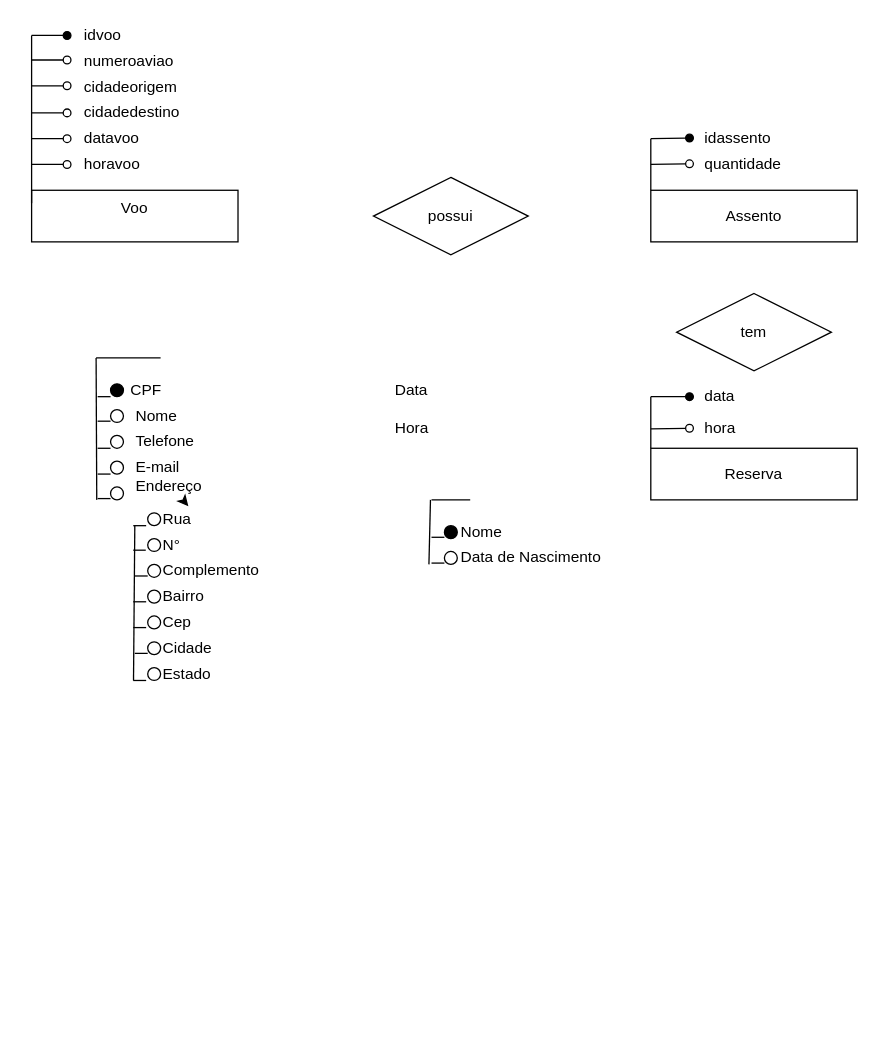
Earlier version of the draw.io diagram Diagrama b.relacional  trabalhofacul.drawio (ellenazevedochiosi/ellenazevedochiosi). Source tidied: cells renumbered, new cells numbered last; positions are measured from the earlier drawing's top-left corner, leaving out a move shared by most shapes. Both pictures are drawn from the tidied source at 129%, with x=0, y=0 at pixel (31, 22).
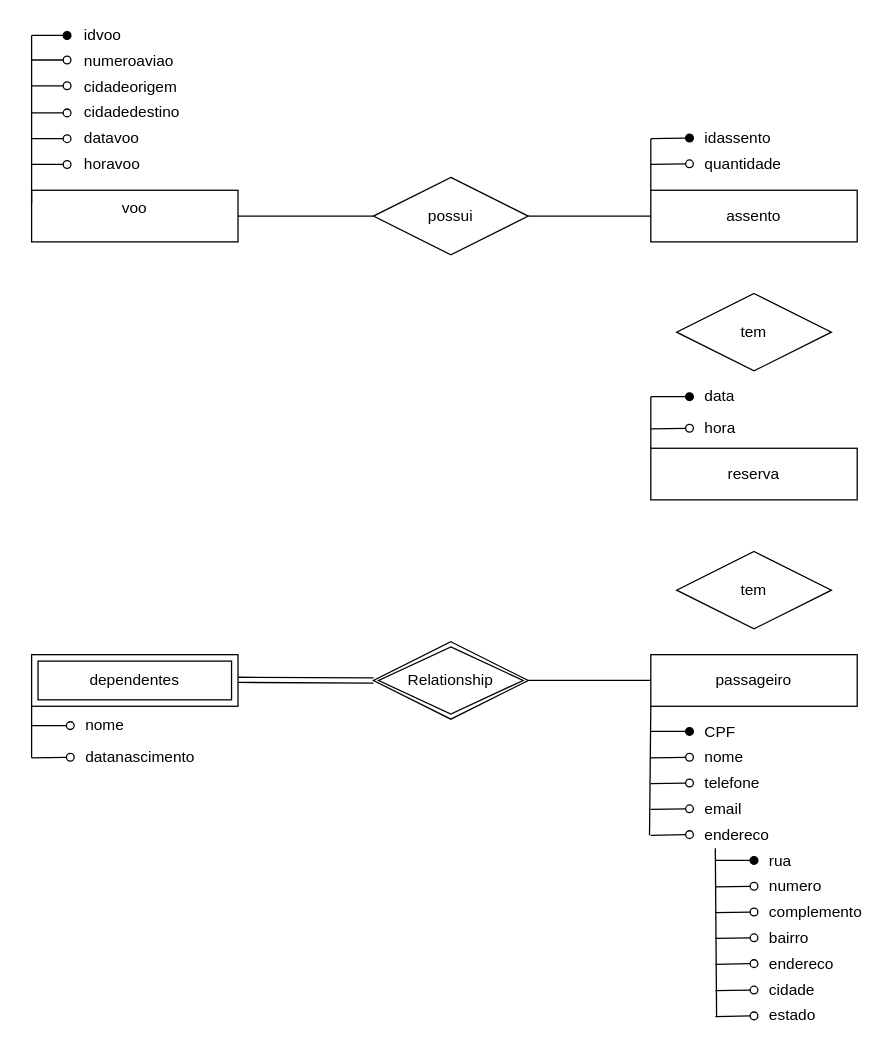
The same diagram, later.

What changed in the source:
```diff
@@
-    <mxCell id="2" value="Voo" style="rounded=0;whiteSpace=wrap;html=1;verticalAlign=top;" parent="1" vertex="1">
+    <mxCell id="2" value="voo" style="rounded=0;whiteSpace=wrap;html=1;verticalAlign=top;" parent="1" vertex="1">
       <mxGeometry y="130" width="160" height="40" as="geometry" />
     </mxCell>
-    <mxCell id="3" value="Assento" style="rounded=0;whiteSpace=wrap;html=1;" parent="1" vertex="1">
+    <mxCell id="3" value="assento" style="rounded=0;whiteSpace=wrap;html=1;" parent="1" vertex="1">
       <mxGeometry x="480" y="130" width="160" height="40" as="geometry" />
     </mxCell>
-    <mxCell id="4" value="CPF" style="text;html=1;strokeColor=none;fillColor=none;align=left;verticalAlign=middle;whiteSpace=wrap;rounded=0;" parent="1" vertex="1">
-      <mxGeometry x="75" y="270" width="80" height="30" as="geometry" />
-    </mxCell>
@@
-    <mxCell id="6" style="ellipse;whiteSpace=wrap;html=1;fillColor=#000000;" parent="1" vertex="1">
-      <mxGeometry x="61.2" y="280" width="10" height="10" as="geometry" />
-    </mxCell>
-    <mxCell id="7" style="ellipse;whiteSpace=wrap;html=1;" parent="1" vertex="1">
-      <mxGeometry x="61.2" y="300" width="10" height="10" as="geometry" />
-    </mxCell>
-    <mxCell id="8" style="ellipse;whiteSpace=wrap;html=1;" parent="1" vertex="1">
-      <mxGeometry x="61.2" y="320" width="10" height="10" as="geometry" />
-    </mxCell>
-    <mxCell id="9" style="ellipse;whiteSpace=wrap;html=1;" parent="1" vertex="1">
-      <mxGeometry x="61.2" y="340" width="10" height="10" as="geometry" />
-    </mxCell>
-    <mxCell id="10" value="Nome" style="text;html=1;strokeColor=none;fillColor=none;align=left;verticalAlign=middle;whiteSpace=wrap;rounded=0;" parent="1" vertex="1">
-      <mxGeometry x="78.8" y="290" width="60" height="30" as="geometry" />
-    </mxCell>
-    <mxCell id="11" value="E-mail" style="text;html=1;strokeColor=none;fillColor=none;align=left;verticalAlign=middle;whiteSpace=wrap;rounded=0;" parent="1" vertex="1">
-      <mxGeometry x="78.8" y="330" width="60" height="30" as="geometry" />
-    </mxCell>
-    <mxCell id="12" value="Telefone" style="text;html=1;strokeColor=none;fillColor=none;align=left;verticalAlign=middle;whiteSpace=wrap;rounded=0;" parent="1" vertex="1">
-      <mxGeometry x="78.8" y="310" width="60" height="30" as="geometry" />
-    </mxCell>
-    <mxCell id="13" style="ellipse;whiteSpace=wrap;html=1;" parent="1" vertex="1">
-      <mxGeometry x="61.2" y="360" width="10" height="10" as="geometry" />
-    </mxCell>
-    <mxCell id="14" style="ellipse;whiteSpace=wrap;html=1;" parent="1" vertex="1">
-      <mxGeometry x="90" y="380" width="10" height="10" as="geometry" />
-    </mxCell>
-    <mxCell id="15" value="Endereço" style="text;html=1;strokeColor=none;fillColor=none;align=left;verticalAlign=middle;whiteSpace=wrap;rounded=0;" parent="1" vertex="1">
-      <mxGeometry x="78.8" y="345" width="60" height="30" as="geometry" />
-    </mxCell>
-    <mxCell id="16" style="edgeStyle=none;rounded=0;jettySize=auto;html=1;" parent="1" edge="1" source="17" target="15">
-      <mxGeometry relative="1" as="geometry" />
-    </mxCell>
-    <mxCell id="17" value="Rua" style="text;html=1;strokeColor=none;fillColor=none;align=left;verticalAlign=middle;whiteSpace=wrap;rounded=0;" parent="1" vertex="1">
-      <mxGeometry x="100" y="370" width="60" height="30" as="geometry" />
-    </mxCell>
-    <mxCell id="18" value="N°" style="text;html=1;strokeColor=none;fillColor=none;align=left;verticalAlign=middle;whiteSpace=wrap;rounded=0;" parent="1" vertex="1">
-      <mxGeometry x="100" y="390" width="60" height="30" as="geometry" />
-    </mxCell>
-    <mxCell id="19" value="Complemento" style="text;html=1;strokeColor=none;fillColor=none;align=left;verticalAlign=middle;whiteSpace=wrap;rounded=0;" parent="1" vertex="1">
-      <mxGeometry x="100" y="410" width="60" height="30" as="geometry" />
-    </mxCell>
-    <mxCell id="20" value="Bairro" style="text;html=1;strokeColor=none;fillColor=none;align=left;verticalAlign=middle;whiteSpace=wrap;rounded=0;" parent="1" vertex="1">
-      <mxGeometry x="100" y="430" width="60" height="30" as="geometry" />
-    </mxCell>
-    <mxCell id="21" style="ellipse;whiteSpace=wrap;html=1;" parent="1" vertex="1">
-      <mxGeometry x="90" y="400" width="10" height="10" as="geometry" />
-    </mxCell>
-    <mxCell id="22" style="ellipse;whiteSpace=wrap;html=1;" parent="1" vertex="1">
-      <mxGeometry x="90" y="420" width="10" height="10" as="geometry" />
-    </mxCell>
-    <mxCell id="23" style="ellipse;whiteSpace=wrap;html=1;" parent="1" vertex="1">
-      <mxGeometry x="90" y="440" width="10" height="10" as="geometry" />
-    </mxCell>
-    <mxCell id="24" value="Cep" style="text;html=1;strokeColor=none;fillColor=none;align=left;verticalAlign=middle;whiteSpace=wrap;rounded=0;" parent="1" vertex="1">
-      <mxGeometry x="100" y="450" width="60" height="30" as="geometry" />
-    </mxCell>
-    <mxCell id="25" value="Cidade" style="text;html=1;strokeColor=none;fillColor=none;align=left;verticalAlign=middle;whiteSpace=wrap;rounded=0;" parent="1" vertex="1">
-      <mxGeometry x="100" y="470" width="60" height="30" as="geometry" />
-    </mxCell>
-    <mxCell id="26" value="Estado" style="text;html=1;strokeColor=none;fillColor=none;align=left;verticalAlign=middle;whiteSpace=wrap;rounded=0;" parent="1" vertex="1">
-      <mxGeometry x="100" y="490" width="60" height="30" as="geometry" />
-    </mxCell>
-    <mxCell id="27" style="ellipse;whiteSpace=wrap;html=1;" parent="1" vertex="1">
-      <mxGeometry x="90" y="460" width="10" height="10" as="geometry" />
-    </mxCell>
-    <mxCell id="28" style="ellipse;whiteSpace=wrap;html=1;" parent="1" vertex="1">
-      <mxGeometry x="90" y="480" width="10" height="10" as="geometry" />
-    </mxCell>
-    <mxCell id="29" style="ellipse;whiteSpace=wrap;html=1;" parent="1" vertex="1">
-      <mxGeometry x="90" y="500" width="10" height="10" as="geometry" />
-    </mxCell>
-    <mxCell id="30" style="ellipse;whiteSpace=wrap;html=1;fillColor=#000000;" parent="1" vertex="1">
-      <mxGeometry x="320" y="390" width="10" height="10" as="geometry" />
-    </mxCell>
-    <mxCell id="31" style="ellipse;whiteSpace=wrap;html=1;" parent="1" vertex="1">
-      <mxGeometry x="320" y="410" width="10" height="10" as="geometry" />
-    </mxCell>
-    <mxCell id="32" value="Data de Nascimento" style="text;html=1;strokeColor=none;fillColor=none;align=left;verticalAlign=middle;whiteSpace=wrap;rounded=0;" parent="1" vertex="1">
-      <mxGeometry x="331.2" y="400" width="120" height="30" as="geometry" />
-    </mxCell>
-    <mxCell id="33" value="Nome" style="text;html=1;strokeColor=none;fillColor=none;align=left;verticalAlign=middle;whiteSpace=wrap;rounded=0;" parent="1" vertex="1">
-      <mxGeometry x="331.2" y="380" width="60" height="30" as="geometry" />
-    </mxCell>
-    <mxCell id="34" value="Hora" style="text;html=1;strokeColor=none;fillColor=none;align=left;verticalAlign=middle;whiteSpace=wrap;rounded=0;" parent="1" vertex="1">
-      <mxGeometry x="280" y="300" width="120" height="30" as="geometry" />
-    </mxCell>
-    <mxCell id="35" value="Data" style="text;html=1;align=left;verticalAlign=middle;strokeColor=none;fillColor=none;" parent="1" vertex="1">
-      <mxGeometry x="280" y="270" width="50" height="30" as="geometry" />
-    </mxCell>
@@
-    <mxCell id="37" style="endArrow=none;html=1;rounded=0;" parent="1" edge="1">
+    <mxCell id="37" style="endArrow=none;html=1;rounded=0;exitX=0;exitY=1;exitDx=0;exitDy=0;" parent="1" edge="1">
       <mxGeometry relative="1" as="geometry">
-        <mxPoint x="309.2" y="370" as="sourcePoint" />
-        <mxPoint x="308" y="420" as="targetPoint" />
+        <mxPoint y="530" as="sourcePoint" />
+        <mxPoint y="570" as="targetPoint" />
       </mxGeometry>
     </mxCell>
-    <mxCell id="38" style="endArrow=none;html=1;rounded=0;" parent="1" edge="1">
-      <mxGeometry relative="1" as="geometry">
-        <mxPoint x="78.8" y="510" as="sourcePoint" />
-        <mxPoint x="88.8" y="510" as="targetPoint" />
-      </mxGeometry>
-    </mxCell>
-    <mxCell id="39" style="endArrow=none;html=1;rounded=0;" parent="1" edge="1">
-      <mxGeometry relative="1" as="geometry">
-        <mxPoint x="51.2" y="290" as="sourcePoint" />
-        <mxPoint x="61.2" y="290" as="targetPoint" />
-      </mxGeometry>
-    </mxCell>
-    <mxCell id="40" style="endArrow=none;html=1;rounded=0;" parent="1" edge="1">
-      <mxGeometry relative="1" as="geometry">
-        <mxPoint x="310" y="419" as="sourcePoint" />
-        <mxPoint x="320" y="419" as="targetPoint" />
-      </mxGeometry>
-    </mxCell>
-    <mxCell id="41" style="endArrow=none;html=1;rounded=0;" parent="1" edge="1">
-      <mxGeometry relative="1" as="geometry">
-        <mxPoint x="310" y="399" as="sourcePoint" />
-        <mxPoint x="320" y="399" as="targetPoint" />
-      </mxGeometry>
-    </mxCell>
-    <mxCell id="42" style="endArrow=none;html=1;rounded=0;" parent="1" edge="1">
-      <mxGeometry relative="1" as="geometry">
-        <mxPoint x="80" y="489" as="sourcePoint" />
-        <mxPoint x="90" y="489" as="targetPoint" />
-      </mxGeometry>
-    </mxCell>
-    <mxCell id="43" style="endArrow=none;html=1;rounded=0;" parent="1" edge="1">
-      <mxGeometry relative="1" as="geometry">
-        <mxPoint x="78.8" y="469" as="sourcePoint" />
-        <mxPoint x="88.8" y="469" as="targetPoint" />
-      </mxGeometry>
-    </mxCell>
-    <mxCell id="44" style="endArrow=none;html=1;rounded=0;" parent="1" edge="1">
-      <mxGeometry relative="1" as="geometry">
-        <mxPoint x="51.2" y="350" as="sourcePoint" />
-        <mxPoint x="61.2" y="350" as="targetPoint" />
-      </mxGeometry>
-    </mxCell>
-    <mxCell id="45" style="endArrow=none;html=1;rounded=0;" parent="1" edge="1">
-      <mxGeometry relative="1" as="geometry">
-        <mxPoint x="51.2" y="369" as="sourcePoint" />
-        <mxPoint x="61.2" y="369" as="targetPoint" />
-      </mxGeometry>
-    </mxCell>
-    <mxCell id="46" style="endArrow=none;html=1;rounded=0;" parent="1" edge="1">
-      <mxGeometry relative="1" as="geometry">
-        <mxPoint x="51.2" y="330" as="sourcePoint" />
-        <mxPoint x="61.2" y="330" as="targetPoint" />
-      </mxGeometry>
-    </mxCell>
-    <mxCell id="47" style="endArrow=none;html=1;rounded=0;" parent="1" edge="1">
-      <mxGeometry relative="1" as="geometry">
-        <mxPoint x="51.2" y="309" as="sourcePoint" />
-        <mxPoint x="61.2" y="309" as="targetPoint" />
-      </mxGeometry>
-    </mxCell>
-    <mxCell id="48" style="endArrow=none;html=1;rounded=0;" parent="1" edge="1">
-      <mxGeometry relative="1" as="geometry">
-        <mxPoint x="78.8" y="449" as="sourcePoint" />
-        <mxPoint x="88.8" y="449" as="targetPoint" />
-      </mxGeometry>
-    </mxCell>
-    <mxCell id="49" style="endArrow=none;html=1;rounded=0;" parent="1" edge="1">
-      <mxGeometry relative="1" as="geometry">
-        <mxPoint x="80" y="429" as="sourcePoint" />
-        <mxPoint x="90" y="429" as="targetPoint" />
-      </mxGeometry>
-    </mxCell>
-    <mxCell id="50" style="endArrow=none;html=1;rounded=0;" parent="1" edge="1">
-      <mxGeometry relative="1" as="geometry">
-        <mxPoint x="78.8" y="409" as="sourcePoint" />
-        <mxPoint x="88.5" y="409" as="targetPoint" />
-      </mxGeometry>
-    </mxCell>
-    <mxCell id="51" style="endArrow=none;html=1;rounded=0;" parent="1" edge="1">
-      <mxGeometry relative="1" as="geometry">
-        <mxPoint x="78.8" y="390" as="sourcePoint" />
-        <mxPoint x="88.8" y="390" as="targetPoint" />
-      </mxGeometry>
-    </mxCell>
     <mxCell id="52" style="endArrow=none;html=1;rounded=0;" parent="1" edge="1">
       <mxGeometry relative="1" as="geometry">
-        <mxPoint x="50" y="260" as="sourcePoint" />
-        <mxPoint x="50.5" y="370" as="targetPoint" />
+        <mxPoint x="530" y="640" as="sourcePoint" />
+        <mxPoint x="531" y="770" as="targetPoint" />
       </mxGeometry>
     </mxCell>
-    <mxCell id="53" style="endArrow=none;html=1;rounded=0;" parent="1" edge="1">
-      <mxGeometry relative="1" as="geometry">
-        <mxPoint x="50" y="260" as="sourcePoint" />
-        <mxPoint x="100" y="260" as="targetPoint" />
-        <Array as="points">
-          <mxPoint x="60" y="260" />
-        </Array>
-      </mxGeometry>
-    </mxCell>
@@
-    <mxCell id="55" style="endArrow=none;html=1;rounded=0;" parent="1" edge="1">
-      <mxGeometry relative="1" as="geometry">
-        <mxPoint x="340" y="370" as="sourcePoint" />
-        <mxPoint x="310" y="370" as="targetPoint" />
-      </mxGeometry>
-    </mxCell>
@@
     <mxCell id="57" style="endArrow=none;html=1;rounded=0;" parent="1" edge="1">
       <mxGeometry relative="1" as="geometry">
-        <mxPoint x="80" y="390" as="sourcePoint" />
-        <mxPoint x="79" y="510" as="targetPoint" />
+        <mxPoint x="480" y="530" as="sourcePoint" />
+        <mxPoint x="479" y="630" as="targetPoint" />
       </mxGeometry>
     </mxCell>
@@
-    <mxCell id="74" value="Reserva" style="rounded=0;whiteSpace=wrap;html=1;" parent="1" vertex="1">
+    <mxCell id="74" value="reserva" style="rounded=0;whiteSpace=wrap;html=1;" parent="1" vertex="1">
       <mxGeometry x="480" y="330" width="160" height="40" as="geometry" />
     </mxCell>
@@
+    <mxCell id="80" value="tem" style="shape=rhombus;perimeter=rhombusPerimeter;whiteSpace=wrap;html=1;align=center;" parent="1" vertex="1">
+      <mxGeometry x="500" y="410" width="120" height="60" as="geometry" />
+    </mxCell>
+    <mxCell id="81" value="passageiro" style="rounded=0;whiteSpace=wrap;html=1;" parent="1" vertex="1">
+      <mxGeometry x="480" y="490" width="160" height="40" as="geometry" />
+    </mxCell>
+    <mxCell id="4" value="CPF" style="text;html=1;strokeColor=none;fillColor=none;align=left;verticalAlign=middle;whiteSpace=wrap;rounded=0;" parent="1" vertex="1">
+      <mxGeometry x="520" y="540" width="40" height="20" as="geometry" />
+    </mxCell>
+    <mxCell id="82" value="nome" style="text;html=1;strokeColor=none;fillColor=none;align=left;verticalAlign=middle;whiteSpace=wrap;rounded=0;" parent="1" vertex="1">
+      <mxGeometry x="520" y="560" width="40" height="20" as="geometry" />
+    </mxCell>
+    <mxCell id="83" value="telefone" style="text;html=1;strokeColor=none;fillColor=none;align=left;verticalAlign=middle;whiteSpace=wrap;rounded=0;" parent="1" vertex="1">
+      <mxGeometry x="520" y="580" width="40" height="20" as="geometry" />
+    </mxCell>
+    <mxCell id="84" value="email" style="text;html=1;strokeColor=none;fillColor=none;align=left;verticalAlign=middle;whiteSpace=wrap;rounded=0;" parent="1" vertex="1">
+      <mxGeometry x="520" y="600" width="40" height="20" as="geometry" />
+    </mxCell>
+    <mxCell id="85" value="endereco" style="text;html=1;strokeColor=none;fillColor=none;align=left;verticalAlign=middle;whiteSpace=wrap;rounded=0;" parent="1" vertex="1">
+      <mxGeometry x="520" y="620" width="40" height="20" as="geometry" />
+    </mxCell>
+    <mxCell id="86" style="endArrow=oval;html=1;rounded=0;endFill=1;" parent="1" edge="1">
+      <mxGeometry relative="1" as="geometry">
+        <mxPoint x="480" y="549.5" as="sourcePoint" />
+        <mxPoint x="510" y="549.5" as="targetPoint" />
+      </mxGeometry>
+    </mxCell>
+    <mxCell id="87" style="endArrow=oval;html=1;rounded=0;endFill=0;" parent="1" edge="1">
+      <mxGeometry relative="1" as="geometry">
+        <mxPoint x="480" y="570" as="sourcePoint" />
+        <mxPoint x="510" y="569.5" as="targetPoint" />
+      </mxGeometry>
+    </mxCell>
+    <mxCell id="88" style="endArrow=oval;html=1;rounded=0;endFill=0;" parent="1" edge="1">
+      <mxGeometry relative="1" as="geometry">
+        <mxPoint x="480" y="590" as="sourcePoint" />
+        <mxPoint x="510" y="589.5" as="targetPoint" />
+      </mxGeometry>
+    </mxCell>
+    <mxCell id="89" style="endArrow=oval;html=1;rounded=0;endFill=0;" parent="1" edge="1">
+      <mxGeometry relative="1" as="geometry">
+        <mxPoint x="480" y="610" as="sourcePoint" />
+        <mxPoint x="510" y="609.5" as="targetPoint" />
+      </mxGeometry>
+    </mxCell>
+    <mxCell id="90" style="endArrow=oval;html=1;rounded=0;endFill=0;" parent="1" edge="1">
+      <mxGeometry relative="1" as="geometry">
+        <mxPoint x="480" y="630" as="sourcePoint" />
+        <mxPoint x="510" y="629.5" as="targetPoint" />
+      </mxGeometry>
+    </mxCell>
+    <mxCell id="91" value="rua" style="text;html=1;strokeColor=none;fillColor=none;align=left;verticalAlign=middle;whiteSpace=wrap;rounded=0;" parent="1" vertex="1">
+      <mxGeometry x="570" y="640" width="40" height="20" as="geometry" />
+    </mxCell>
+    <mxCell id="92" value="numero" style="text;html=1;strokeColor=none;fillColor=none;align=left;verticalAlign=middle;whiteSpace=wrap;rounded=0;" parent="1" vertex="1">
+      <mxGeometry x="570" y="660" width="40" height="20" as="geometry" />
+    </mxCell>
+    <mxCell id="93" value="complemento" style="text;html=1;strokeColor=none;fillColor=none;align=left;verticalAlign=middle;whiteSpace=wrap;rounded=0;" parent="1" vertex="1">
+      <mxGeometry x="570" y="680" width="40" height="20" as="geometry" />
+    </mxCell>
+    <mxCell id="94" value="bairro" style="text;html=1;strokeColor=none;fillColor=none;align=left;verticalAlign=middle;whiteSpace=wrap;rounded=0;" parent="1" vertex="1">
+      <mxGeometry x="570" y="700" width="40" height="20" as="geometry" />
+    </mxCell>
+    <mxCell id="95" value="endereco" style="text;html=1;strokeColor=none;fillColor=none;align=left;verticalAlign=middle;whiteSpace=wrap;rounded=0;" parent="1" vertex="1">
+      <mxGeometry x="570" y="720" width="40" height="20" as="geometry" />
+    </mxCell>
+    <mxCell id="96" style="endArrow=oval;html=1;rounded=0;endFill=1;" parent="1" edge="1">
+      <mxGeometry relative="1" as="geometry">
+        <mxPoint x="530" y="649.5" as="sourcePoint" />
+        <mxPoint x="560" y="649.5" as="targetPoint" />
+      </mxGeometry>
+    </mxCell>
+    <mxCell id="97" style="endArrow=oval;html=1;rounded=0;endFill=0;" parent="1" edge="1">
+      <mxGeometry relative="1" as="geometry">
+        <mxPoint x="530" y="670" as="sourcePoint" />
+        <mxPoint x="560" y="669.5" as="targetPoint" />
+      </mxGeometry>
+    </mxCell>
+    <mxCell id="98" style="endArrow=oval;html=1;rounded=0;endFill=0;" parent="1" edge="1">
+      <mxGeometry relative="1" as="geometry">
+        <mxPoint x="530" y="690" as="sourcePoint" />
+        <mxPoint x="560" y="689.5" as="targetPoint" />
+      </mxGeometry>
+    </mxCell>
+    <mxCell id="99" style="endArrow=oval;html=1;rounded=0;endFill=0;" parent="1" edge="1">
+      <mxGeometry relative="1" as="geometry">
+        <mxPoint x="530" y="710" as="sourcePoint" />
+        <mxPoint x="560" y="709.5" as="targetPoint" />
+      </mxGeometry>
+    </mxCell>
+    <mxCell id="100" style="endArrow=oval;html=1;rounded=0;endFill=0;" parent="1" edge="1">
+      <mxGeometry relative="1" as="geometry">
+        <mxPoint x="530" y="730" as="sourcePoint" />
+        <mxPoint x="560" y="729.5" as="targetPoint" />
+      </mxGeometry>
+    </mxCell>
+    <mxCell id="101" style="endArrow=oval;html=1;rounded=0;endFill=0;" parent="1" edge="1">
+      <mxGeometry relative="1" as="geometry">
+        <mxPoint x="530" y="750.5" as="sourcePoint" />
+        <mxPoint x="560" y="750" as="targetPoint" />
+      </mxGeometry>
+    </mxCell>
+    <mxCell id="102" style="endArrow=oval;html=1;rounded=0;endFill=0;" parent="1" edge="1">
+      <mxGeometry relative="1" as="geometry">
+        <mxPoint x="530" y="770.5" as="sourcePoint" />
+        <mxPoint x="560" y="770" as="targetPoint" />
+      </mxGeometry>
+    </mxCell>
+    <mxCell id="103" value="cidade" style="text;html=1;strokeColor=none;fillColor=none;align=left;verticalAlign=middle;whiteSpace=wrap;rounded=0;" parent="1" vertex="1">
+      <mxGeometry x="570" y="740" width="40" height="20" as="geometry" />
+    </mxCell>
+    <mxCell id="104" value="estado" style="text;html=1;strokeColor=none;fillColor=none;align=left;verticalAlign=middle;whiteSpace=wrap;rounded=0;" parent="1" vertex="1">
+      <mxGeometry x="570" y="760" width="40" height="20" as="geometry" />
+    </mxCell>
+    <mxCell id="105" style="endArrow=oval;html=1;rounded=0;endFill=0;" parent="1" edge="1">
+      <mxGeometry relative="1" as="geometry">
+        <mxPoint y="545" as="sourcePoint" />
+        <mxPoint x="30" y="545" as="targetPoint" />
+      </mxGeometry>
+    </mxCell>
+    <mxCell id="106" style="endArrow=oval;html=1;rounded=0;endFill=0;" parent="1" edge="1">
+      <mxGeometry relative="1" as="geometry">
+        <mxPoint y="570" as="sourcePoint" />
+        <mxPoint x="30" y="569.5" as="targetPoint" />
+      </mxGeometry>
+    </mxCell>
+    <mxCell id="107" value="nome" style="text;html=1;strokeColor=none;fillColor=none;align=left;verticalAlign=middle;whiteSpace=wrap;rounded=0;" parent="1" vertex="1">
+      <mxGeometry x="40" y="535" width="40" height="20" as="geometry" />
+    </mxCell>
+    <mxCell id="108" value="datanascimento" style="text;html=1;strokeColor=none;fillColor=none;align=left;verticalAlign=middle;whiteSpace=wrap;rounded=0;" parent="1" vertex="1">
+      <mxGeometry x="40" y="560" width="40" height="20" as="geometry" />
+    </mxCell>
+    <mxCell id="109" style="line;strokeWidth=1;dashed=0;labelPosition=right;align=left;verticalAlign=middle;spacingTop=0;spacingLeft=6;" parent="1" vertex="1">
+      <mxGeometry x="160" y="145" width="105" height="10" as="geometry" />
+    </mxCell>
+    <mxCell id="110" style="line;strokeWidth=1;dashed=0;labelPosition=right;align=left;verticalAlign=middle;spacingTop=0;spacingLeft=6;" parent="1" vertex="1">
+      <mxGeometry x="385" y="145" width="95" height="10" as="geometry" />
+    </mxCell>
+    <mxCell id="111" style="line;strokeWidth=1;dashed=0;labelPosition=right;align=left;verticalAlign=middle;spacingTop=0;spacingLeft=6;" parent="1" vertex="1">
+      <mxGeometry x="385" y="505" width="95" height="10" as="geometry" />
+    </mxCell>
+    <mxCell id="112" value="dependentes" style="shape=ext;margin=3;double=1;whiteSpace=wrap;html=1;align=center;" parent="1" vertex="1">
+      <mxGeometry y="490" width="160" height="40" as="geometry" />
+    </mxCell>
+    <mxCell id="113" style="shape=link;html=1;rounded=0;entryX=0;entryY=0.5;entryDx=0;entryDy=0;" parent="1" edge="1">
+      <mxGeometry relative="1" as="geometry">
+        <mxPoint x="160" y="509.5" as="sourcePoint" />
+        <mxPoint x="265" y="510" as="targetPoint" />
+      </mxGeometry>
+    </mxCell>
+    <mxCell id="114" value="Relationship" style="shape=rhombus;double=1;perimeter=rhombusPerimeter;whiteSpace=wrap;html=1;align=center;" parent="1" vertex="1">
+      <mxGeometry x="265" y="480" width="120" height="60" as="geometry" />
+    </mxCell>
```
